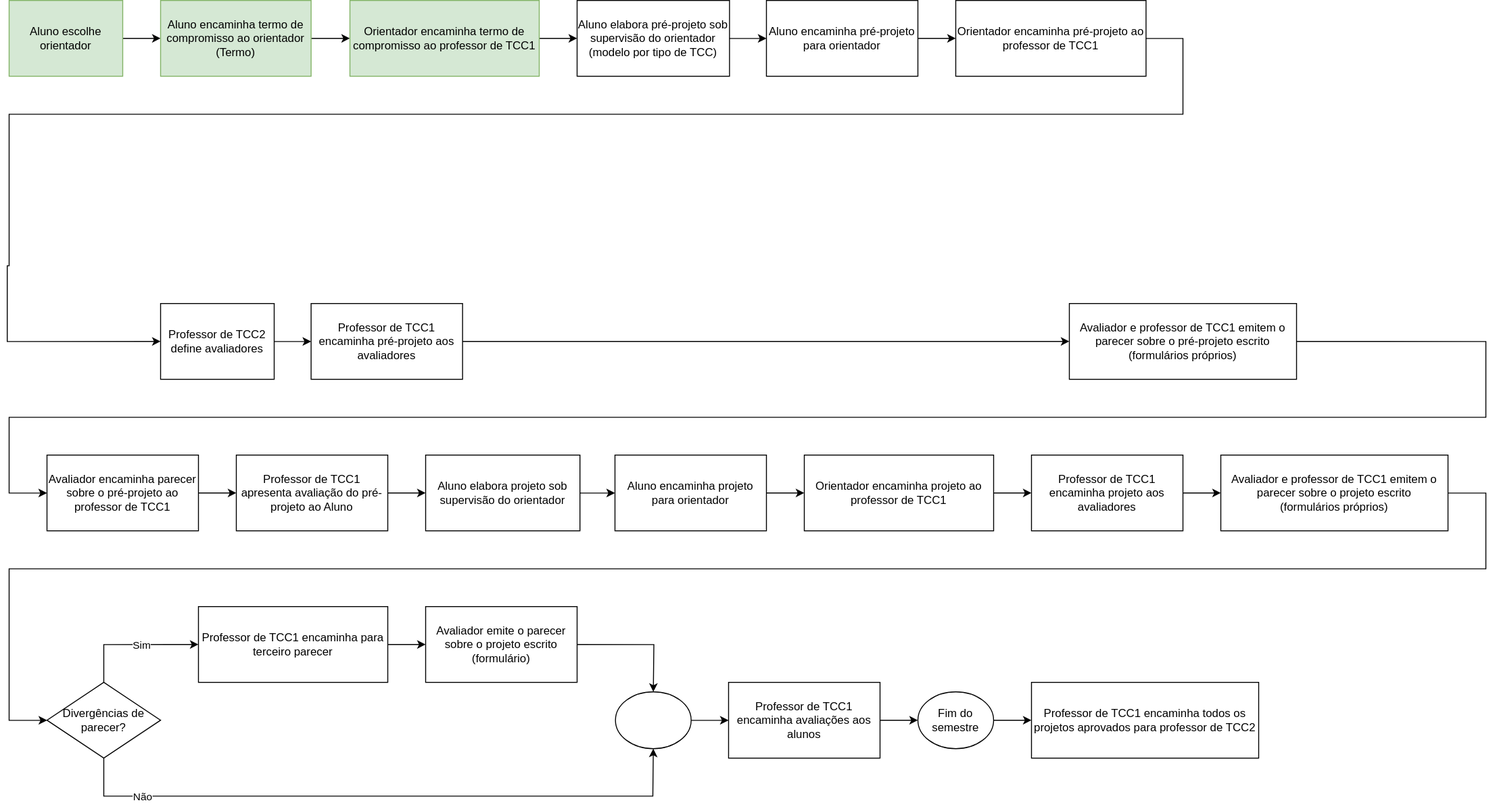
The draw.io diagram _SIS/Cronogramas/cronogramaFluxograma.drawio.svg in dalton-reis/disciplina_TCC1_Privado, before a commit. Source tidied: cells renumbered, new cells last; positions are measured from the earlier drawing's top-left corner, leaving out a move shared by most shapes.
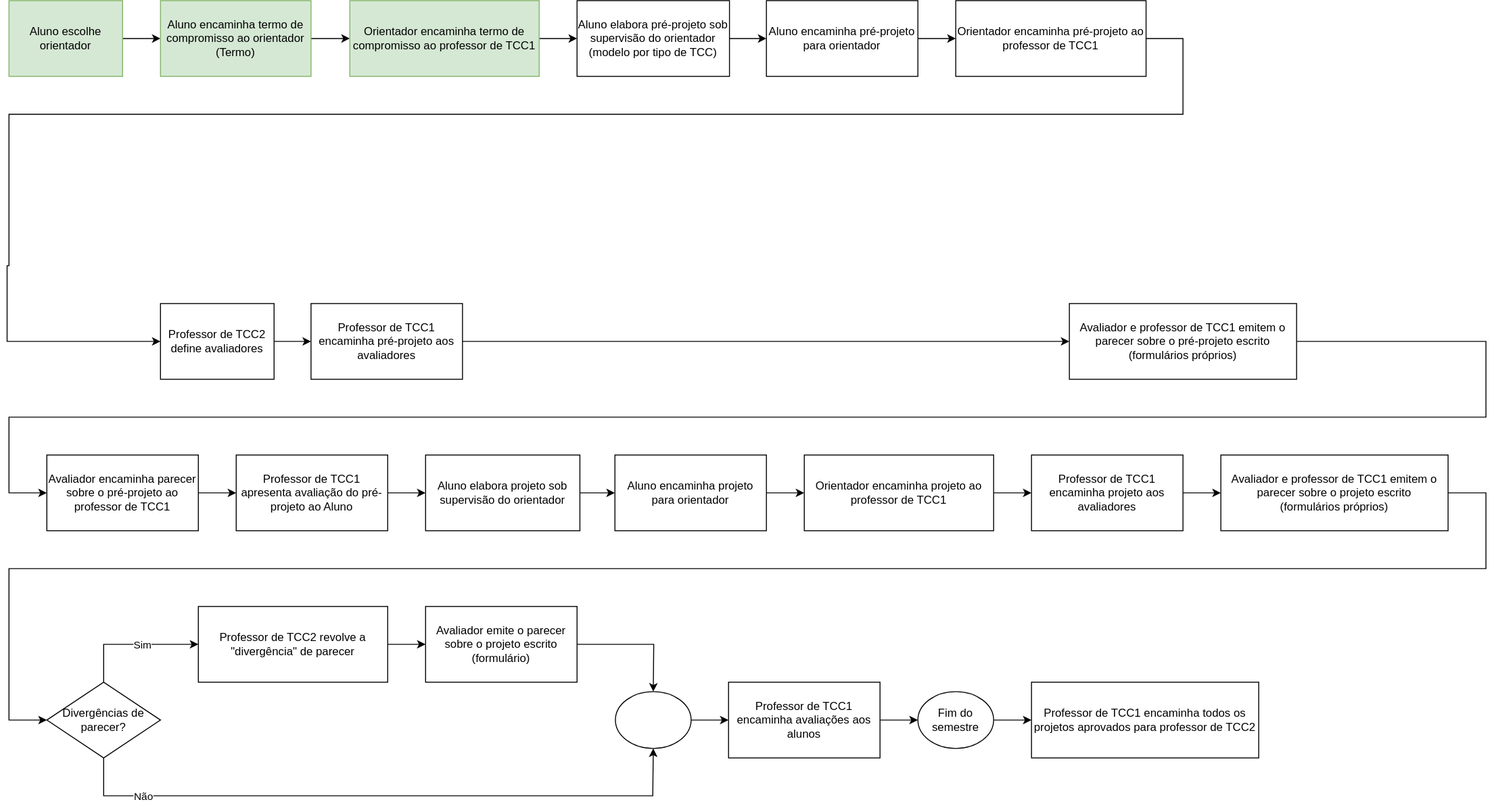
Above is the later version.

The edit, as a diff of the source:
```diff
@@ -152,7 +152,7 @@
     <mxCell id="39" style="edgeStyle=orthogonalEdgeStyle;rounded=0;jettySize=auto;html=1;exitX=1;exitY=0.5;exitDx=0;exitDy=0;entryX=0;entryY=0.5;entryDx=0;entryDy=0;fontColor=#000000;" parent="1" edge="1" source="40" target="42">
       <mxGeometry relative="1" as="geometry" />
     </mxCell>
-    <mxCell id="40" value="Professor de TCC1 encaminha para terceiro parecer" style="whiteSpace=wrap;html=1;fontColor=#000000;" parent="1" vertex="1">
+    <mxCell id="40" value="Professor de TCC2 revolve a &quot;divergência&quot; de parecer" style="whiteSpace=wrap;html=1;fontColor=#000000;" parent="1" vertex="1">
       <mxGeometry x="202" y="640" width="200" height="80" as="geometry" />
     </mxCell>
     <mxCell id="41" style="edgeStyle=orthogonalEdgeStyle;rounded=0;jettySize=auto;html=1;exitX=1;exitY=0.5;exitDx=0;exitDy=0;fontColor=#000000;" parent="1" edge="1" source="42" target="44">
```
